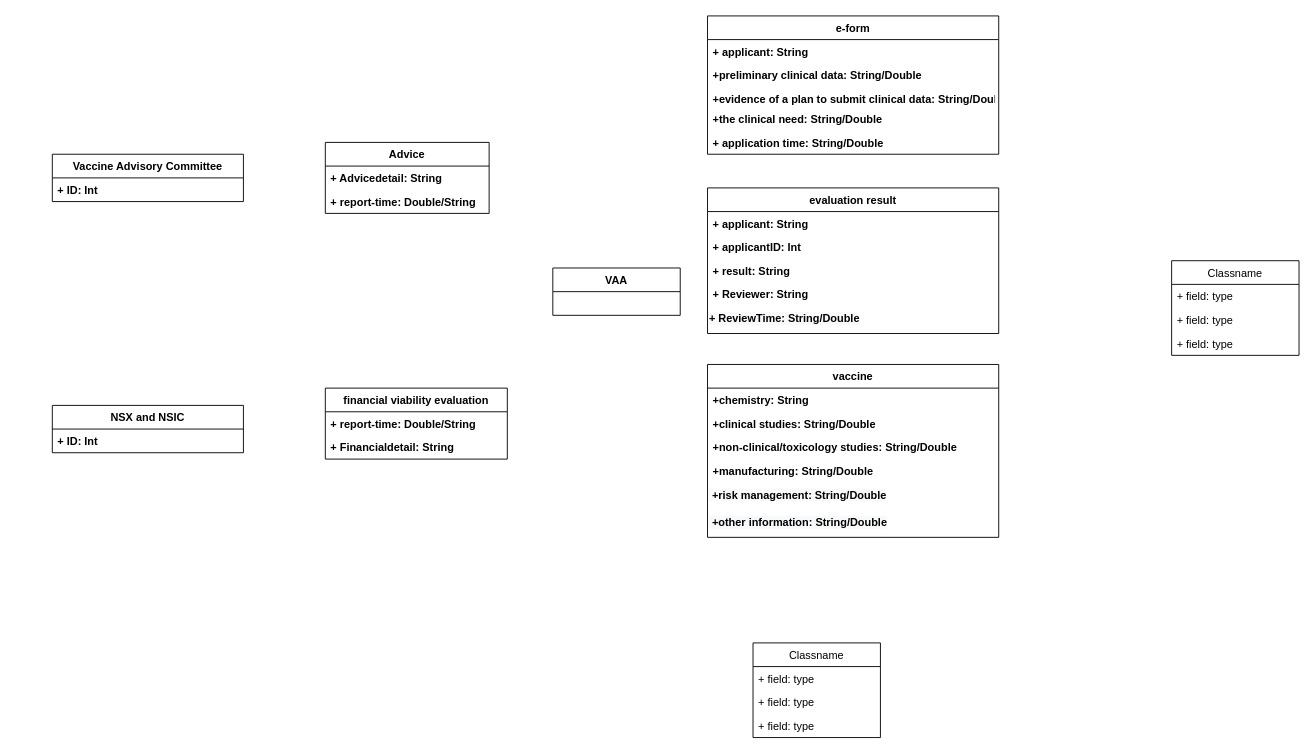
The draw.io diagram class.drawio in forthegame/ANU2024, before the edit. Source tidied: cells renumbered, new cells numbered last; positions are measured from the earlier drawing's top-left corner, leaving out a move shared by most shapes. Both pictures are drawn from the tidied source at 91%, with x=0, y=0 at pixel (52, 15).
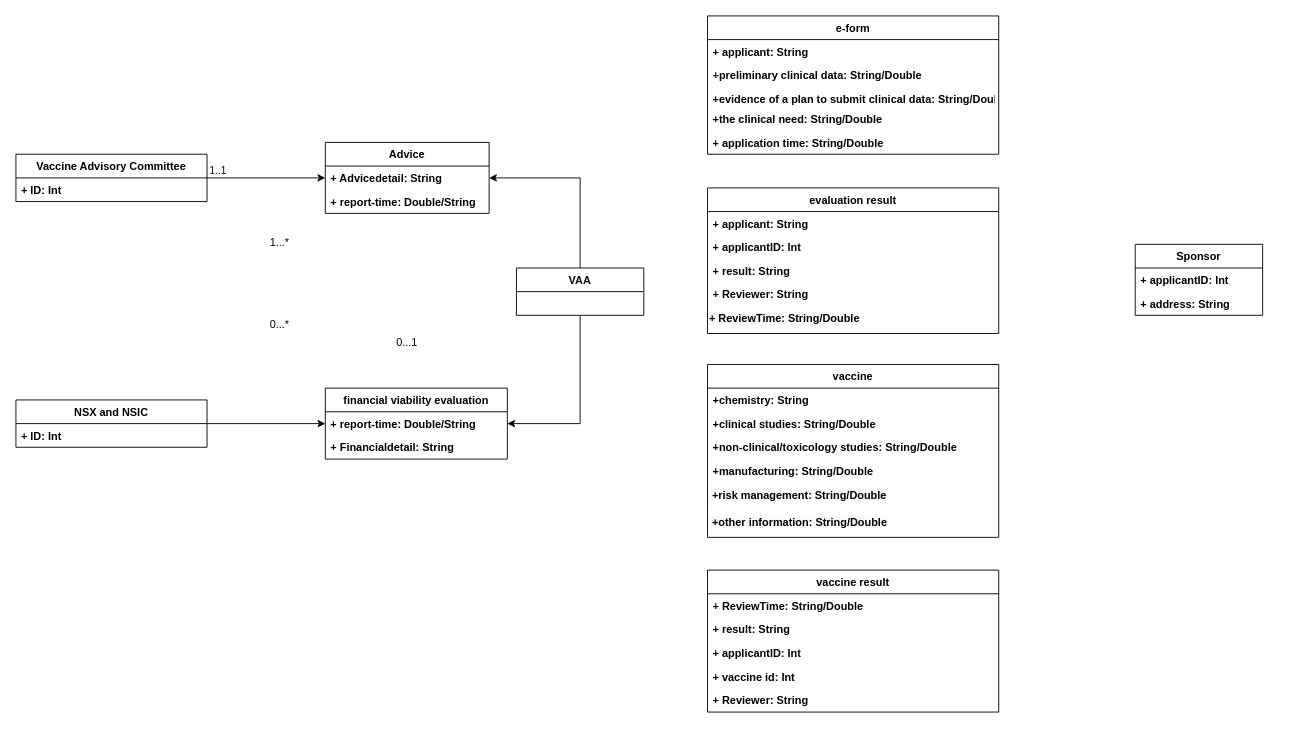
Above is the later version.

Unchanged cells that the change refers to:
```xml
<mxCell id="31" value="+ Advicedetail: String" style="text;strokeColor=none;fillColor=none;align=left;verticalAlign=top;spacingLeft=4;spacingRight=4;overflow=hidden;points=[[0,0.5],[1,0.5]];portConstraint=eastwest;fontStyle=1;" parent="30" vertex="1">
  <mxGeometry y="26" width="180" height="26" as="geometry" />
</mxCell>
<mxCell id="34" value="+ report-time: Double/String" style="text;strokeColor=none;fillColor=none;align=left;verticalAlign=top;spacingLeft=4;spacingRight=4;overflow=hidden;points=[[0,0.5],[1,0.5]];portConstraint=eastwest;fontStyle=1;" parent="33" vertex="1">
  <mxGeometry y="26" width="200" height="26" as="geometry" />
</mxCell>
```

Change to the diagram source:
```diff
@@
-    <mxCell id="15" value="Classname" style="swimlane;fontStyle=0;horizontal=1;startSize=26;fillColor=none;" parent="1" vertex="1">
-      <mxGeometry x="770" y="689" width="140" height="104" as="geometry" />
+    <mxCell id="15" value="vaccine result" style="swimlane;fontStyle=1;horizontal=1;startSize=26;fillColor=none;" parent="1" vertex="1">
+      <mxGeometry x="720" y="609" width="320" height="156" as="geometry" />
     </mxCell>
-    <mxCell id="16" value="+ field: type" style="text;strokeColor=none;fillColor=none;align=left;verticalAlign=top;spacingLeft=4;spacingRight=4;overflow=hidden;" parent="15" vertex="1">
-      <mxGeometry y="26" width="140" height="26" as="geometry" />
+    <mxCell id="16" value="+ ReviewTime: String/Double" style="text;strokeColor=none;fillColor=none;align=left;verticalAlign=top;spacingLeft=4;spacingRight=4;overflow=hidden;fontStyle=1;" parent="15" vertex="1">
+      <mxGeometry y="26" width="320" height="26" as="geometry" />
     </mxCell>
-    <mxCell id="17" value="+ field: type" style="text;strokeColor=none;fillColor=none;align=left;verticalAlign=top;spacingLeft=4;spacingRight=4;overflow=hidden;" parent="15" vertex="1">
-      <mxGeometry y="52" width="140" height="26" as="geometry" />
+    <mxCell id="17" value="+ result: String" style="text;strokeColor=none;fillColor=none;align=left;verticalAlign=top;spacingLeft=4;spacingRight=4;overflow=hidden;fontStyle=1;" parent="15" vertex="1">
+      <mxGeometry y="52" width="320" height="26" as="geometry" />
     </mxCell>
+    <mxCell id="40" value="+ applicantID: Int" style="text;strokeColor=none;fillColor=none;align=left;verticalAlign=top;spacingLeft=4;spacingRight=4;overflow=hidden;fontStyle=1;" parent="15" vertex="1">
+      <mxGeometry y="78" width="320" height="26" as="geometry" />
+    </mxCell>
-    <mxCell id="18" value="+ field: type" style="text;strokeColor=none;fillColor=none;align=left;verticalAlign=top;spacingLeft=4;spacingRight=4;overflow=hidden;" parent="15" vertex="1">
-      <mxGeometry y="78" width="140" height="26" as="geometry" />
+    <mxCell id="18" value="+ vaccine id: Int" style="text;strokeColor=none;fillColor=none;align=left;verticalAlign=top;spacingLeft=4;spacingRight=4;overflow=hidden;fontStyle=1;" parent="15" vertex="1">
+      <mxGeometry y="104" width="320" height="26" as="geometry" />
     </mxCell>
+    <mxCell id="41" value="+ Reviewer: String" style="text;strokeColor=none;fillColor=none;align=left;verticalAlign=top;spacingLeft=4;spacingRight=4;overflow=hidden;fontStyle=1;" parent="15" vertex="1">
+      <mxGeometry y="130" width="320" height="26" as="geometry" />
+    </mxCell>
@@
+    <mxCell id="42" style="edgeStyle=orthogonalEdgeStyle;rounded=0;jettySize=auto;html=1;exitX=0.5;exitY=0;exitDx=0;exitDy=0;entryX=1;entryY=0.5;entryDx=0;entryDy=0;" parent="1" edge="1" source="25" target="31">
+      <mxGeometry relative="1" as="geometry" />
+    </mxCell>
+    <mxCell id="43" style="edgeStyle=orthogonalEdgeStyle;rounded=0;jettySize=auto;html=1;exitX=0.5;exitY=1;exitDx=0;exitDy=0;entryX=1;entryY=0.5;entryDx=0;entryDy=0;" parent="1" edge="1" source="25" target="34">
+      <mxGeometry relative="1" as="geometry" />
+    </mxCell>
     <mxCell id="25" value="VAA" style="swimlane;fontStyle=1;horizontal=1;startSize=26;fillColor=none;" parent="1" vertex="1">
-      <mxGeometry x="550" y="277" width="140" height="52" as="geometry" />
+      <mxGeometry x="510" y="277" width="140" height="52" as="geometry" />
     </mxCell>
-    <mxCell id="26" value="Classname" style="swimlane;fontStyle=0;horizontal=1;startSize=26;fillColor=none;" parent="1" vertex="1">
-      <mxGeometry x="1230" y="269" width="140" height="104" as="geometry" />
+    <mxCell id="26" value="Sponsor" style="swimlane;fontStyle=1;horizontal=1;startSize=26;fillColor=none;" parent="1" vertex="1">
+      <mxGeometry x="1190" y="251" width="140" height="78" as="geometry" />
     </mxCell>
-    <mxCell id="27" value="+ field: type" style="text;strokeColor=none;fillColor=none;align=left;verticalAlign=top;spacingLeft=4;spacingRight=4;overflow=hidden;" parent="26" vertex="1">
+    <mxCell id="27" value="+ applicantID: Int" style="text;strokeColor=none;fillColor=none;align=left;verticalAlign=top;spacingLeft=4;spacingRight=4;overflow=hidden;fontStyle=1;" parent="26" vertex="1">
       <mxGeometry y="26" width="140" height="26" as="geometry" />
     </mxCell>
-    <mxCell id="28" value="+ field: type" style="text;strokeColor=none;fillColor=none;align=left;verticalAlign=top;spacingLeft=4;spacingRight=4;overflow=hidden;" parent="26" vertex="1">
+    <mxCell id="28" value="+ address: String" style="text;strokeColor=none;fillColor=none;align=left;verticalAlign=top;spacingLeft=4;spacingRight=4;overflow=hidden;fontStyle=1;" parent="26" vertex="1">
       <mxGeometry y="52" width="140" height="26" as="geometry" />
     </mxCell>
-    <mxCell id="29" value="+ field: type" style="text;strokeColor=none;fillColor=none;align=left;verticalAlign=top;spacingLeft=4;spacingRight=4;overflow=hidden;" parent="26" vertex="1">
-      <mxGeometry y="78" width="140" height="26" as="geometry" />
-    </mxCell>
@@
+    <mxCell id="44" style="edgeStyle=orthogonalEdgeStyle;rounded=0;jettySize=auto;html=1;exitX=1;exitY=0.5;exitDx=0;exitDy=0;" parent="1" edge="1" source="36" target="31">
+      <mxGeometry relative="1" as="geometry" />
+    </mxCell>
+    <mxCell id="45" value="1..1" style="edgeLabel;html=1;align=center;verticalAlign=middle;" parent="44" vertex="1">
+      <mxGeometry x="-0.3" y="-3" relative="1" as="geometry">
+        <mxPoint x="-35" y="-12" as="offset" />
+      </mxGeometry>
+    </mxCell>
     <mxCell id="36" value="Vaccine Advisory Committee" style="swimlane;fontStyle=1;horizontal=1;startSize=26;fillColor=none;" parent="1" vertex="1">
-      <mxGeometry y="152" width="210" height="52" as="geometry" />
+      <mxGeometry x="-40" y="152" width="210" height="52" as="geometry" />
     </mxCell>
@@
+    <mxCell id="46" style="edgeStyle=orthogonalEdgeStyle;rounded=0;jettySize=auto;html=1;exitX=1;exitY=0.5;exitDx=0;exitDy=0;entryX=0;entryY=0.5;entryDx=0;entryDy=0;" parent="1" edge="1" source="38" target="34">
+      <mxGeometry relative="1" as="geometry" />
+    </mxCell>
     <mxCell id="38" value="NSX and NSIC" style="swimlane;fontStyle=1;horizontal=1;startSize=26;fillColor=none;" parent="1" vertex="1">
-      <mxGeometry y="428" width="210" height="52" as="geometry" />
+      <mxGeometry x="-40" y="422" width="210" height="52" as="geometry" />
     </mxCell>
@@
+    <mxCell id="47" value="1...*" style="text;html=1;strokeColor=none;fillColor=none;align=center;verticalAlign=middle;whiteSpace=wrap;rounded=0;" parent="1" vertex="1">
+      <mxGeometry x="230" y="239" width="40" height="20" as="geometry" />
+    </mxCell>
+    <mxCell id="48" value="0...1" style="text;html=1;strokeColor=none;fillColor=none;align=center;verticalAlign=middle;whiteSpace=wrap;rounded=0;" parent="1" vertex="1">
+      <mxGeometry x="370" y="349" width="40" height="20" as="geometry" />
+    </mxCell>
+    <mxCell id="49" value="0...*" style="text;html=1;strokeColor=none;fillColor=none;align=center;verticalAlign=middle;whiteSpace=wrap;rounded=0;" parent="1" vertex="1">
+      <mxGeometry x="230" y="329" width="40" height="20" as="geometry" />
+    </mxCell>
```
